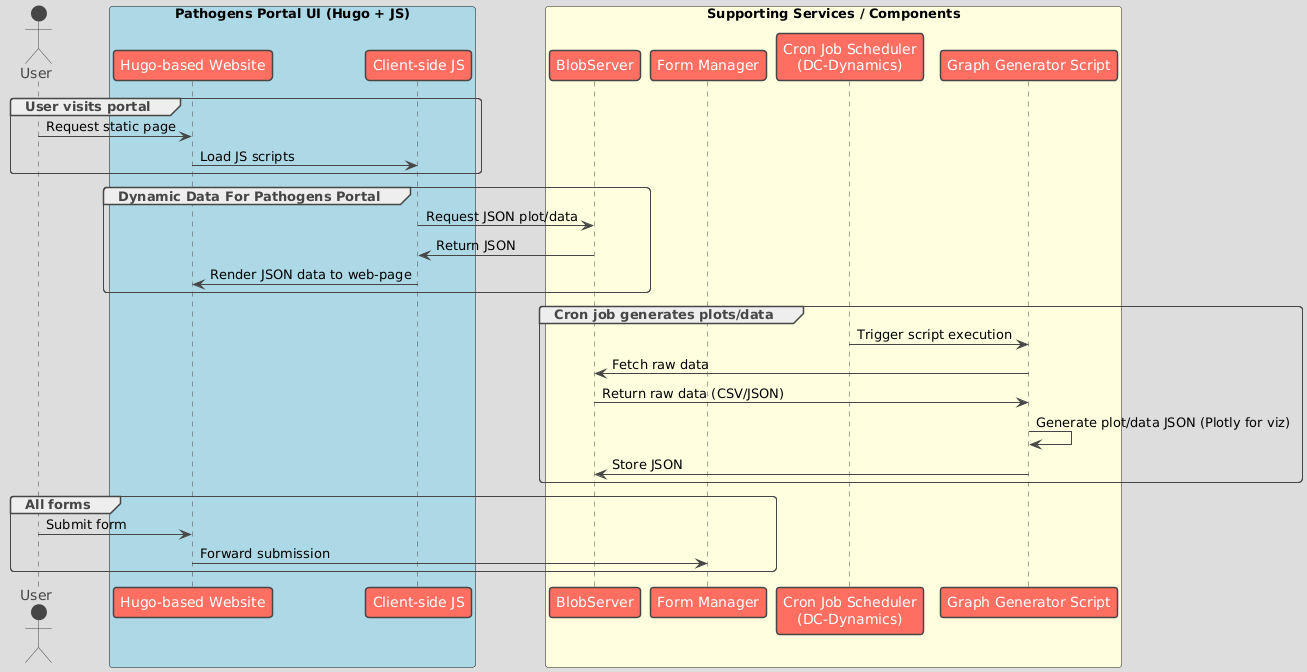
ScilifelabDataCentre/pathogens-portal keeps this PlantUML diagram as doc/figures/0002-CurrentInfoFlow.png. Above is the earlier version. The source it was exported from:
```plantuml
@startuml
!theme toy
actor User

box "Pathogens Portal UI (Hugo + JS)" #lightblue
  participant "Hugo-based Website" as Hugo
  participant "Client-side JS" as JS
end box

box "Supporting Services / Components" #lightyellow
  participant "BlobServer" as Blob
  participant "Form Manager" as Form
  participant "Cron Job Scheduler\n(DC-Dynamics)" as Cron
  participant "Graph Generator Script" as Gen
end box

group User visits portal
  User -> Hugo : Request static page
  Hugo -> JS : Load JS scripts
end

group Dynamic Data For Pathogens Portal
  JS -> Blob : Request JSON plot/data
  Blob -> JS : Return JSON
  JS -> Hugo : Render JSON data to web-page
end

group Cron job generates plots/data
  Cron -> Gen : Trigger script execution
  Gen -> Blob : Fetch raw data
  Blob -> Gen : Return raw data (CSV/JSON)
  Gen -> Gen : Generate plot/data JSON (Plotly for viz)
  Gen -> Blob : Store JSON
end

group All forms
  User -> Hugo : Submit form
  Hugo -> Form : Forward submission
end
@enduml
```
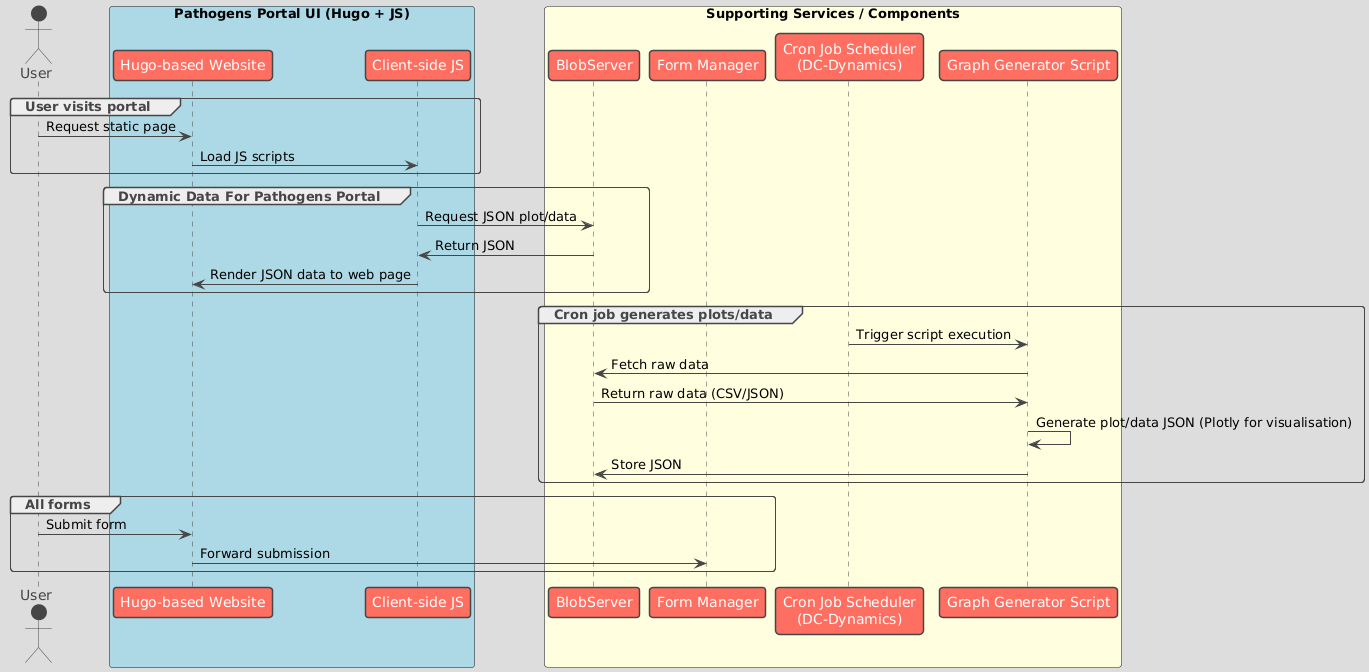
The same diagram one commit later.

Commit message:
docs(figures): update figures' text to UK english

The edit, as a diff of the source:
```diff
@@ -22,14 +22,14 @@
 group Dynamic Data For Pathogens Portal
   JS -> Blob : Request JSON plot/data
   Blob -> JS : Return JSON
-  JS -> Hugo : Render JSON data to web-page
+  JS -> Hugo : Render JSON data to web page
 end
 
 group Cron job generates plots/data
   Cron -> Gen : Trigger script execution
   Gen -> Blob : Fetch raw data
   Blob -> Gen : Return raw data (CSV/JSON)
-  Gen -> Gen : Generate plot/data JSON (Plotly for viz)
+  Gen -> Gen : Generate plot/data JSON (Plotly for visualisation)
   Gen -> Blob : Store JSON
 end
 
```
